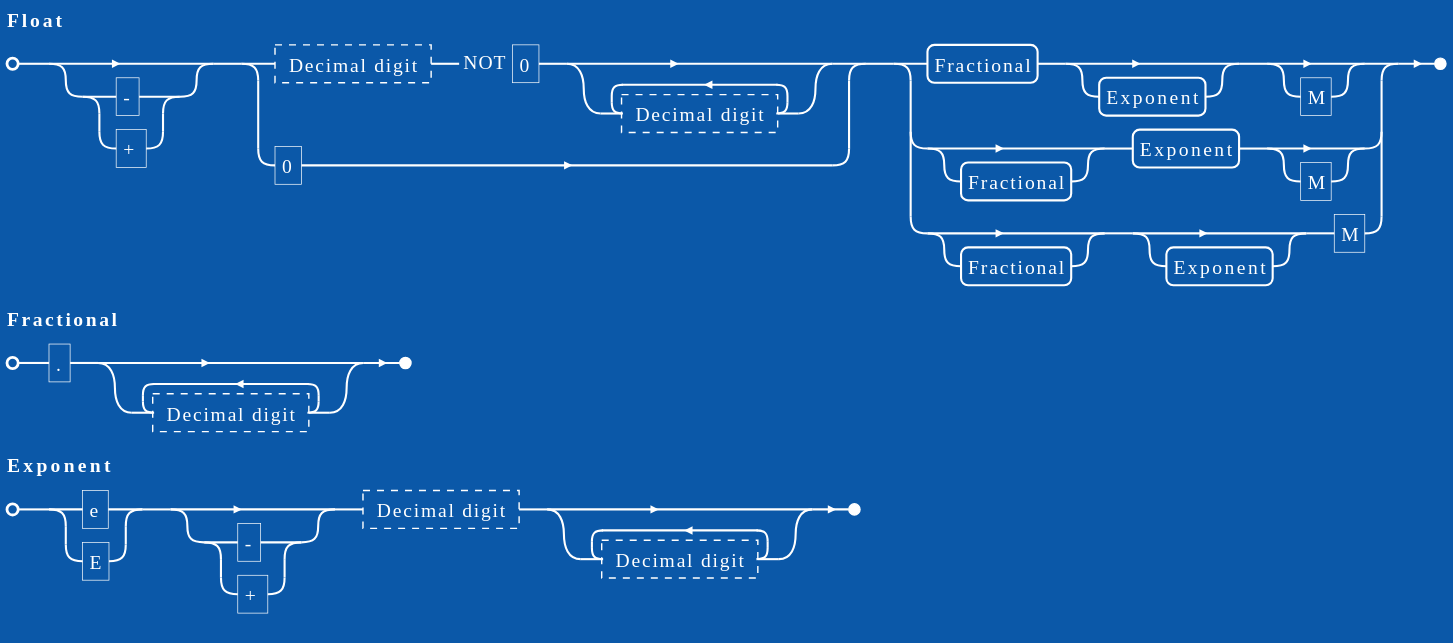
Before: docs/grammar/edn_float.svg, a diagram exported from PlantUML (DotFox/edn.c).
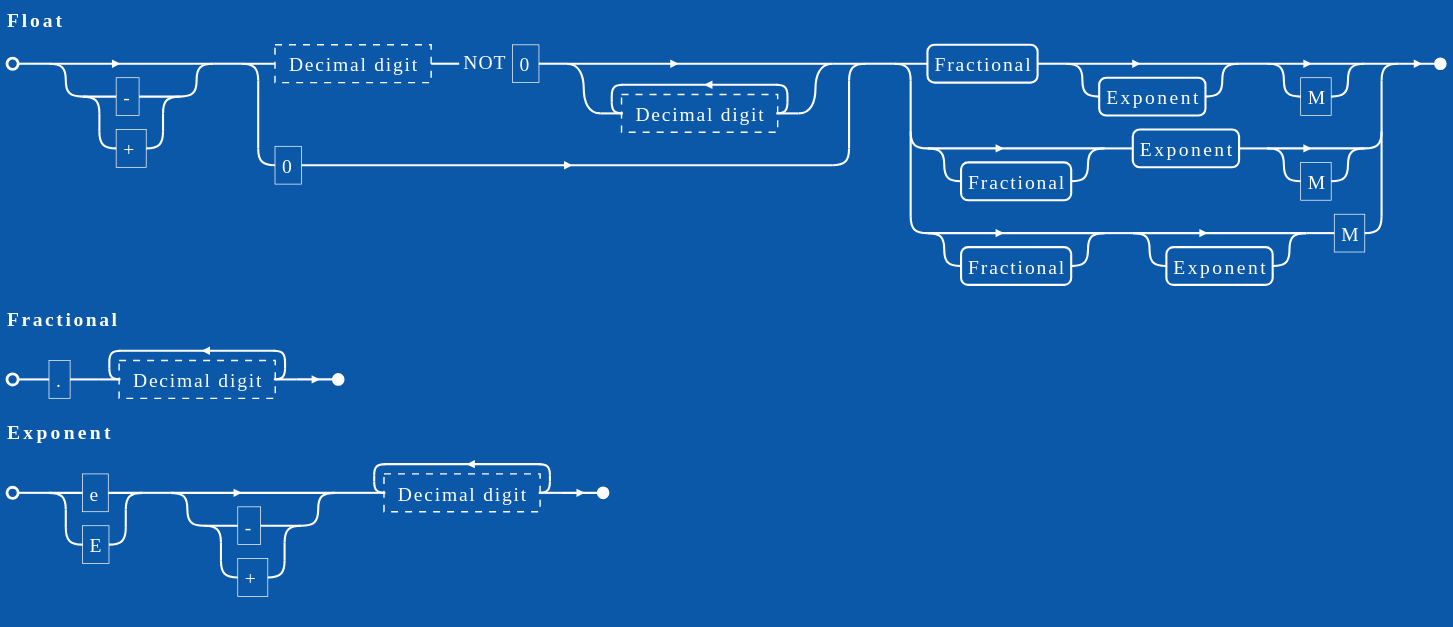
After the commit.

Diff of the diagram source:
```diff
@@ -2,7 +2,7 @@
 !theme amiga
 Float = [ "-" | "+" ] , ( ( ? Decimal digit ? - "0" , { ? Decimal digit ? } ) | "0" ) , ( Fractional , [ Exponent ] , [ "M" ] | [ Fractional ] , Exponent , [ "M" ] | [ Fractional ] , [ Exponent ] , "M" ) ;
 
-Fractional = "." , { ? Decimal digit ? } ;
+Fractional = "." , { ? Decimal digit ? }- ;
 
-Exponent = ( "e" | "E" ) , [ "-" | "+" ] , ? Decimal digit ? , { ? Decimal digit ? } ;
+Exponent = ( "e" | "E" ) , [ "-" | "+" ] , { ? Decimal digit ? }- ;
 @endebnf
```
